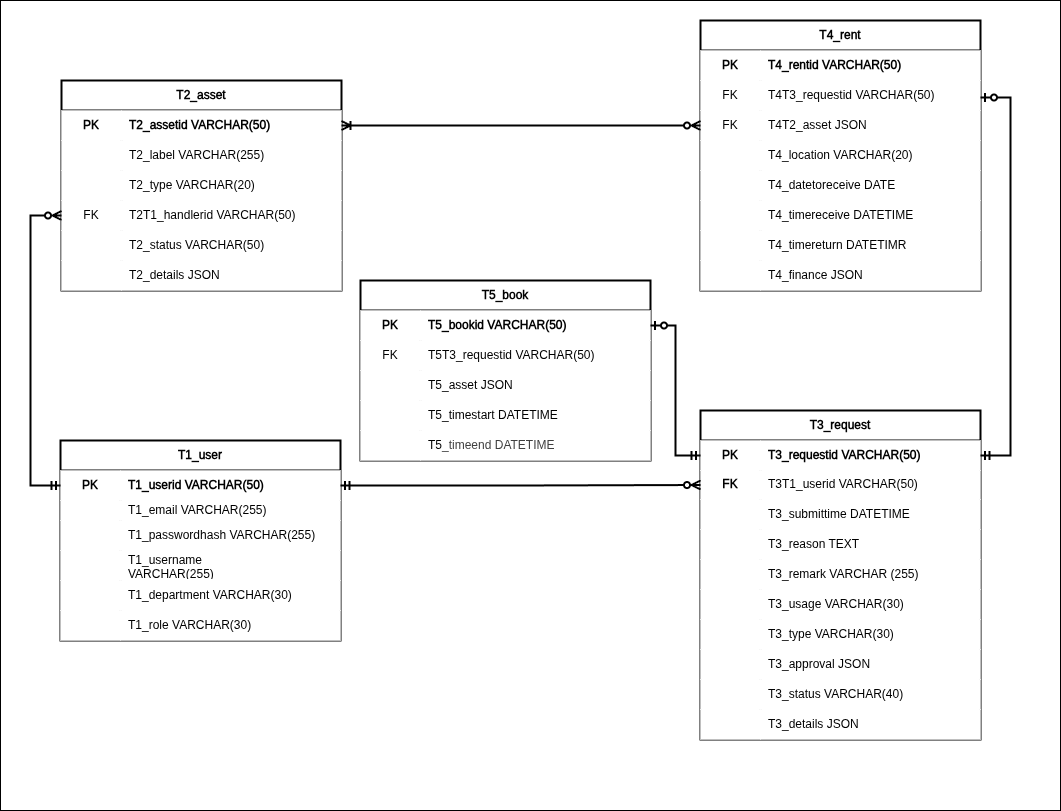
Earlier version of the draw.io export erd.png (darwishzain/pinjaman-aset). Source tidied: cells renumbered, new cells last; positions are measured from the earlier drawing's top-left corner, leaving out a move shared by most shapes.
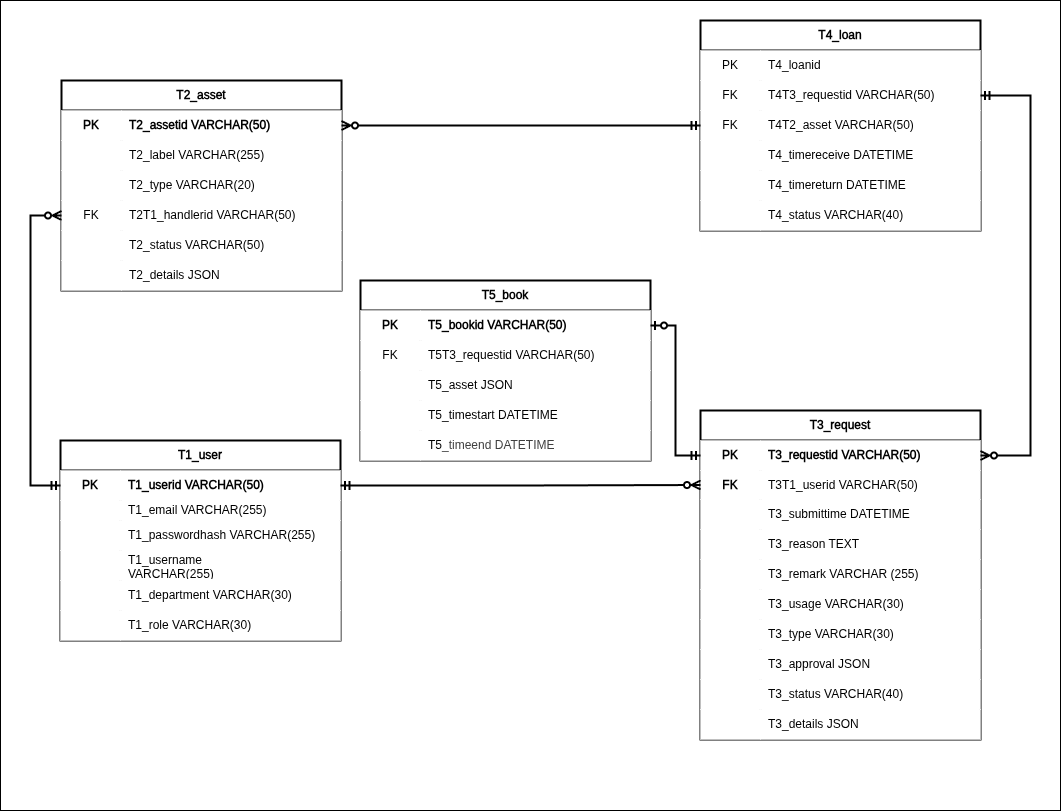
After the change.

Commit message:
Update ERD + erd reasoning(README.md). try figuring out enum datatype. add redirect.

Diff of the diagram source:
```diff
@@ -212,18 +212,18 @@
     <mxCell id="71" value="T3_details JSON" style="shape=partialRectangle;fillColor=default;top=0;left=0;bottom=0;right=0;align=left;spacingLeft=6;overflow=hidden;html=1;whiteSpace=wrap;labelBackgroundColor=none;labelBorderColor=none;swimlaneFillColor=none;" parent="69" vertex="1">
       <mxGeometry x="60" width="220" height="30" as="geometry" />
     </mxCell>
-    <mxCell id="72" value="T4_rent" style="shape=table;startSize=30;rowLines=0;fontStyle=1;align=center;html=1;whiteSpace=wrap;fillColor=default;fillStyle=solid;swimlaneFillColor=none;strokeColor=default;perimeterSpacing=0;swimlaneLine=1;shadow=0;strokeWidth=2;labelBorderColor=none;labelBackgroundColor=none;" parent="1" vertex="1">
-      <mxGeometry x="700" y="20" width="280" height="270" as="geometry" />
+    <mxCell id="72" value="T4_loan" style="shape=table;startSize=30;rowLines=0;fontStyle=1;align=center;html=1;whiteSpace=wrap;fillColor=default;fillStyle=solid;swimlaneFillColor=none;strokeColor=default;perimeterSpacing=0;swimlaneLine=1;shadow=0;strokeWidth=2;labelBorderColor=none;labelBackgroundColor=none;" parent="1" vertex="1">
+      <mxGeometry x="700" y="20" width="280" height="210" as="geometry" />
     </mxCell>
     <mxCell id="73" style="shape=tableRow;horizontal=0;startSize=0;swimlaneHead=0;swimlaneBody=0;fillColor=default;top=0;left=0;right=0;bottom=0;html=1;labelBackgroundColor=none;labelBorderColor=none;swimlaneFillColor=none;" parent="72" vertex="1">
       <mxGeometry y="30" width="280" height="30" as="geometry" />
     </mxCell>
-    <mxCell id="74" value="PK" style="shape=partialRectangle;fillColor=default;top=0;left=0;bottom=0;right=0;fontStyle=1;overflow=hidden;html=1;whiteSpace=wrap;labelBackgroundColor=none;labelBorderColor=none;swimlaneFillColor=none;" parent="73" vertex="1">
+    <mxCell id="74" value="PK" style="shape=partialRectangle;fillColor=default;top=0;left=0;bottom=0;right=0;overflow=hidden;html=1;whiteSpace=wrap;labelBackgroundColor=none;labelBorderColor=none;swimlaneFillColor=none;" parent="73" vertex="1">
       <mxGeometry width="60" height="30" as="geometry" />
     </mxCell>
-    <mxCell id="75" value="T4_rentid VARCHAR(50)" style="shape=partialRectangle;fillColor=default;top=0;left=0;bottom=0;right=0;align=left;spacingLeft=6;fontStyle=1;overflow=hidden;html=1;whiteSpace=wrap;labelBackgroundColor=none;labelBorderColor=none;swimlaneFillColor=none;" parent="73" vertex="1">
-      <mxGeometry x="60" width="220" height="30" as="geometry" />
-    </mxCell>
+    <mxCell id="118" value="T4_loanid" style="shape=partialRectangle;fillColor=default;top=0;left=0;bottom=0;right=0;align=left;spacingLeft=6;overflow=hidden;html=1;whiteSpace=wrap;labelBackgroundColor=none;labelBorderColor=none;swimlaneFillColor=none;" parent="73" vertex="1">
+      <mxGeometry x="60" width="220" height="30" as="geometry" />
+    </mxCell>
     <mxCell id="76" style="shape=tableRow;horizontal=0;startSize=0;swimlaneHead=0;swimlaneBody=0;fillColor=default;points=[[0,0.5],[1,0.5]];portConstraint=eastwest;top=0;left=0;right=0;bottom=0;html=1;labelBackgroundColor=none;labelBorderColor=none;swimlaneFillColor=none;" parent="72" vertex="1">
       <mxGeometry y="60" width="280" height="30" as="geometry" />
     </mxCell>
@@ -239,29 +239,11 @@
     <mxCell id="80" value="&lt;span style=&quot;font-weight: normal;&quot;&gt;FK&lt;/span&gt;" style="shape=partialRectangle;fillColor=default;top=0;left=0;bottom=0;right=0;fontStyle=1;overflow=hidden;html=1;whiteSpace=wrap;strokeWidth=1;shadow=0;strokeColor=default;perimeterSpacing=0;labelBackgroundColor=none;labelBorderColor=none;swimlaneFillColor=none;" parent="79" vertex="1">
       <mxGeometry width="60" height="30" as="geometry" />
     </mxCell>
-    <mxCell id="81" value="T4T2_asset JSON" style="shape=partialRectangle;fillColor=default;top=0;left=0;bottom=0;right=0;align=left;spacingLeft=6;fontStyle=0;overflow=hidden;html=1;whiteSpace=wrap;strokeWidth=1;shadow=0;perimeterSpacing=0;labelBackgroundColor=none;labelBorderColor=none;swimlaneFillColor=none;" parent="79" vertex="1">
+    <mxCell id="81" value="T4T2_asset VARCHAR(50)" style="shape=partialRectangle;fillColor=default;top=0;left=0;bottom=0;right=0;align=left;spacingLeft=6;fontStyle=0;overflow=hidden;html=1;whiteSpace=wrap;strokeWidth=1;shadow=0;perimeterSpacing=0;labelBackgroundColor=none;labelBorderColor=none;swimlaneFillColor=none;" parent="79" vertex="1">
       <mxGeometry x="60" width="220" height="30" as="geometry" />
     </mxCell>
-    <mxCell id="82" style="shape=tableRow;horizontal=0;startSize=0;swimlaneHead=0;swimlaneBody=0;fillColor=default;top=0;left=0;right=0;bottom=0;html=1;labelBackgroundColor=none;labelBorderColor=none;swimlaneFillColor=none;" parent="72" vertex="1">
-      <mxGeometry y="120" width="280" height="30" as="geometry" />
-    </mxCell>
-    <mxCell id="83" style="shape=partialRectangle;fillColor=default;top=0;left=0;bottom=0;right=0;fontStyle=1;overflow=hidden;html=1;whiteSpace=wrap;strokeWidth=1;shadow=0;strokeColor=default;perimeterSpacing=0;labelBackgroundColor=none;labelBorderColor=none;swimlaneFillColor=none;" parent="82" vertex="1">
-      <mxGeometry width="60" height="30" as="geometry" />
-    </mxCell>
-    <mxCell id="84" value="T4_location VARCHAR(20)" style="shape=partialRectangle;fillColor=default;top=0;left=0;bottom=0;right=0;align=left;spacingLeft=6;fontStyle=0;overflow=hidden;html=1;whiteSpace=wrap;strokeWidth=1;shadow=0;perimeterSpacing=0;labelBackgroundColor=none;labelBorderColor=none;swimlaneFillColor=none;" parent="82" vertex="1">
-      <mxGeometry x="60" width="220" height="30" as="geometry" />
-    </mxCell>
-    <mxCell id="85" style="shape=tableRow;horizontal=0;startSize=0;swimlaneHead=0;swimlaneBody=0;fillColor=default;top=0;left=0;right=0;bottom=0;html=1;labelBackgroundColor=none;labelBorderColor=none;swimlaneFillColor=none;" parent="72" vertex="1">
-      <mxGeometry y="150" width="280" height="30" as="geometry" />
-    </mxCell>
-    <mxCell id="86" style="shape=partialRectangle;fillColor=default;top=0;left=0;bottom=0;right=0;overflow=hidden;html=1;whiteSpace=wrap;labelBackgroundColor=none;labelBorderColor=none;swimlaneFillColor=none;" parent="85" vertex="1">
-      <mxGeometry width="60" height="30" as="geometry" />
-    </mxCell>
-    <mxCell id="87" value="T4_datetoreceive DATE" style="shape=partialRectangle;fillColor=default;top=0;left=0;bottom=0;right=0;align=left;spacingLeft=6;overflow=hidden;html=1;whiteSpace=wrap;labelBackgroundColor=none;labelBorderColor=none;swimlaneFillColor=none;" parent="85" vertex="1">
-      <mxGeometry x="60" width="220" height="30" as="geometry" />
-    </mxCell>
     <mxCell id="88" style="shape=tableRow;horizontal=0;startSize=0;swimlaneHead=0;swimlaneBody=0;fillColor=default;top=0;left=0;right=0;bottom=0;html=1;labelBackgroundColor=none;labelBorderColor=none;swimlaneFillColor=none;" parent="72" vertex="1">
-      <mxGeometry y="180" width="280" height="30" as="geometry" />
+      <mxGeometry y="120" width="280" height="30" as="geometry" />
     </mxCell>
     <mxCell id="89" style="shape=partialRectangle;fillColor=default;top=0;left=0;bottom=0;right=0;overflow=hidden;html=1;whiteSpace=wrap;labelBackgroundColor=none;labelBorderColor=none;swimlaneFillColor=none;" parent="88" vertex="1">
       <mxGeometry width="60" height="30" as="geometry" />
@@ -270,23 +252,23 @@
       <mxGeometry x="60" width="220" height="30" as="geometry" />
     </mxCell>
     <mxCell id="91" style="shape=tableRow;horizontal=0;startSize=0;swimlaneHead=0;swimlaneBody=0;fillColor=default;top=0;left=0;right=0;bottom=0;html=1;labelBackgroundColor=none;labelBorderColor=none;swimlaneFillColor=none;" parent="72" vertex="1">
-      <mxGeometry y="210" width="280" height="30" as="geometry" />
+      <mxGeometry y="150" width="280" height="30" as="geometry" />
     </mxCell>
     <mxCell id="92" style="shape=partialRectangle;fillColor=default;top=0;left=0;bottom=0;right=0;overflow=hidden;html=1;whiteSpace=wrap;labelBackgroundColor=none;labelBorderColor=none;swimlaneFillColor=none;" parent="91" vertex="1">
       <mxGeometry width="60" height="30" as="geometry" />
     </mxCell>
-    <mxCell id="93" value="T4_timereturn DATETIMR" style="shape=partialRectangle;fillColor=default;top=0;left=0;bottom=0;right=0;align=left;spacingLeft=6;overflow=hidden;html=1;whiteSpace=wrap;labelBackgroundColor=none;labelBorderColor=none;swimlaneFillColor=none;" parent="91" vertex="1">
+    <mxCell id="93" value="T4_timereturn DATETIME" style="shape=partialRectangle;fillColor=default;top=0;left=0;bottom=0;right=0;align=left;spacingLeft=6;overflow=hidden;html=1;whiteSpace=wrap;labelBackgroundColor=none;labelBorderColor=none;swimlaneFillColor=none;" parent="91" vertex="1">
       <mxGeometry x="60" width="220" height="30" as="geometry" />
     </mxCell>
-    <mxCell id="94" style="shape=tableRow;horizontal=0;startSize=0;swimlaneHead=0;swimlaneBody=0;fillColor=default;top=0;left=0;right=0;bottom=0;html=1;labelBackgroundColor=none;labelBorderColor=none;swimlaneFillColor=none;" parent="72" vertex="1">
-      <mxGeometry y="240" width="280" height="30" as="geometry" />
-    </mxCell>
-    <mxCell id="95" style="shape=partialRectangle;fillColor=default;top=0;left=0;bottom=0;right=0;overflow=hidden;html=1;whiteSpace=wrap;labelBackgroundColor=none;labelBorderColor=none;swimlaneFillColor=none;" parent="94" vertex="1">
-      <mxGeometry width="60" height="30" as="geometry" />
-    </mxCell>
-    <mxCell id="96" value="T4_finance JSON" style="shape=partialRectangle;fillColor=default;top=0;left=0;bottom=0;right=0;align=left;spacingLeft=6;overflow=hidden;html=1;whiteSpace=wrap;labelBackgroundColor=none;labelBorderColor=none;swimlaneFillColor=none;" parent="94" vertex="1">
-      <mxGeometry x="60" width="220" height="30" as="geometry" />
-    </mxCell>
+    <mxCell id="119" style="shape=tableRow;horizontal=0;startSize=0;swimlaneHead=0;swimlaneBody=0;fillColor=default;top=0;left=0;right=0;bottom=0;html=1;labelBackgroundColor=none;labelBorderColor=none;swimlaneFillColor=none;" parent="72" vertex="1">
+      <mxGeometry y="180" width="280" height="30" as="geometry" />
+    </mxCell>
+    <mxCell id="120" style="shape=partialRectangle;fillColor=default;top=0;left=0;bottom=0;right=0;overflow=hidden;html=1;whiteSpace=wrap;labelBackgroundColor=none;labelBorderColor=none;swimlaneFillColor=none;" parent="119" vertex="1">
+      <mxGeometry width="60" height="30" as="geometry" />
+    </mxCell>
+    <mxCell id="121" value="T4_status VARCHAR(40)" style="shape=partialRectangle;fillColor=default;top=0;left=0;bottom=0;right=0;align=left;spacingLeft=6;overflow=hidden;html=1;whiteSpace=wrap;labelBackgroundColor=none;labelBorderColor=none;swimlaneFillColor=none;" parent="119" vertex="1">
+      <mxGeometry x="60" width="220" height="30" as="geometry" />
+    </mxCell>
     <mxCell id="97" value="T5_book" style="shape=table;startSize=30;rowLines=0;fontStyle=1;align=center;html=1;whiteSpace=wrap;fillColor=default;fillStyle=solid;swimlaneFillColor=none;strokeColor=default;perimeterSpacing=0;swimlaneLine=1;shadow=0;strokeWidth=2;labelBorderColor=none;labelBackgroundColor=none;" parent="1" vertex="1">
       <mxGeometry x="360" y="280" width="290" height="180" as="geometry" />
     </mxCell>
@@ -346,20 +328,19 @@
     <mxCell id="114" style="edgeStyle=orthogonalEdgeStyle;shape=connector;curved=0;rounded=0;html=1;exitX=0;exitY=0.5;exitDx=0;exitDy=0;entryX=1;entryY=0.25;entryDx=0;entryDy=0;strokeColor=default;strokeWidth=2;align=center;verticalAlign=middle;fontFamily=Helvetica;fontSize=11;fontColor=default;labelBackgroundColor=default;endArrow=ERzeroToOne;startArrow=ERmandOne;startFill=0;endFill=0;" parent="1" edge="1" source="42" target="97">
       <mxGeometry relative="1" as="geometry" />
     </mxCell>
-    <mxCell id="115" style="edgeStyle=orthogonalEdgeStyle;shape=connector;curved=0;rounded=0;html=1;exitX=1;exitY=0.5;exitDx=0;exitDy=0;entryX=1;entryY=0.5;entryDx=0;entryDy=0;strokeColor=default;strokeWidth=2;align=center;verticalAlign=middle;fontFamily=Helvetica;fontSize=11;fontColor=default;labelBackgroundColor=default;endArrow=ERzeroToOne;startArrow=ERmandOne;startFill=0;endFill=0;" parent="1" edge="1" source="42">
-      <mxGeometry relative="1" as="geometry">
-        <mxPoint x="980" y="97" as="targetPoint" />
-        <Array as="points">
-          <mxPoint x="1010" y="455" />
-          <mxPoint x="1010" y="97" />
-        </Array>
-      </mxGeometry>
-    </mxCell>
-    <mxCell id="116" style="edgeStyle=orthogonalEdgeStyle;shape=connector;curved=0;rounded=0;html=1;entryX=0;entryY=0.5;entryDx=0;entryDy=0;strokeColor=default;strokeWidth=2;align=center;verticalAlign=middle;fontFamily=Helvetica;fontSize=11;fontColor=default;labelBackgroundColor=default;endArrow=ERzeroToMany;startArrow=ERoneToMany;startFill=0;endFill=0;" parent="1" edge="1" source="23" target="79">
+    <mxCell id="116" style="edgeStyle=orthogonalEdgeStyle;shape=connector;curved=0;rounded=0;html=1;entryX=0;entryY=0.5;entryDx=0;entryDy=0;strokeColor=default;strokeWidth=2;align=center;verticalAlign=middle;fontFamily=Helvetica;fontSize=11;fontColor=default;labelBackgroundColor=default;endArrow=ERmandOne;startArrow=ERzeroToMany;startFill=0;endFill=0;" parent="1" edge="1" source="23" target="79">
       <mxGeometry relative="1" as="geometry" />
     </mxCell>
     <mxCell id="117" style="edgeStyle=orthogonalEdgeStyle;shape=connector;curved=0;rounded=0;html=1;entryX=0;entryY=0.5;entryDx=0;entryDy=0;strokeColor=default;strokeWidth=2;align=center;verticalAlign=middle;fontFamily=Helvetica;fontSize=11;fontColor=default;labelBackgroundColor=default;endArrow=ERzeroToMany;startArrow=ERmandOne;startFill=0;endFill=0;" parent="1" edge="1" source="4" target="45">
       <mxGeometry relative="1" as="geometry" />
     </mxCell>
+    <mxCell id="115" style="edgeStyle=orthogonalEdgeStyle;shape=connector;curved=0;rounded=0;html=1;exitX=1;exitY=0.5;exitDx=0;exitDy=0;entryX=1;entryY=0.5;entryDx=0;entryDy=0;strokeColor=default;strokeWidth=2;align=center;verticalAlign=middle;fontFamily=Helvetica;fontSize=11;fontColor=default;labelBackgroundColor=default;endArrow=ERzeroToMany;startArrow=ERmandOne;startFill=0;endFill=0;" parent="1" edge="1" source="76" target="42">
+      <mxGeometry relative="1" as="geometry">
+        <Array as="points">
+          <mxPoint x="1030" y="95" />
+          <mxPoint x="1030" y="455" />
+        </Array>
+      </mxGeometry>
+    </mxCell>
   </root>
 </mxGraphModel>
```
